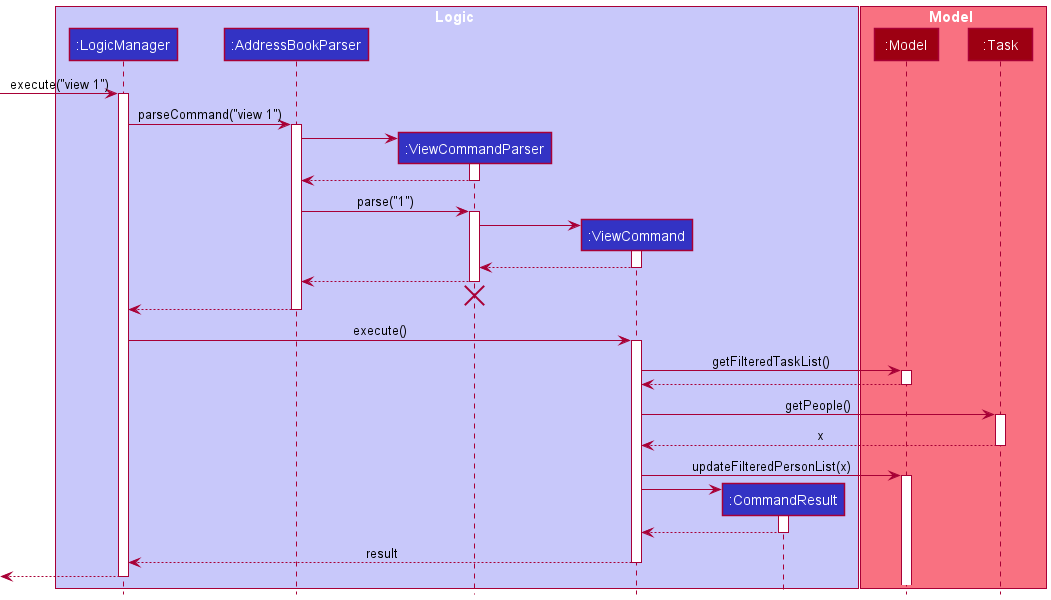
snss231/tp keeps this PlantUML diagram as docs/images/ViewSequenceDiagram.png. Above is the earlier version.
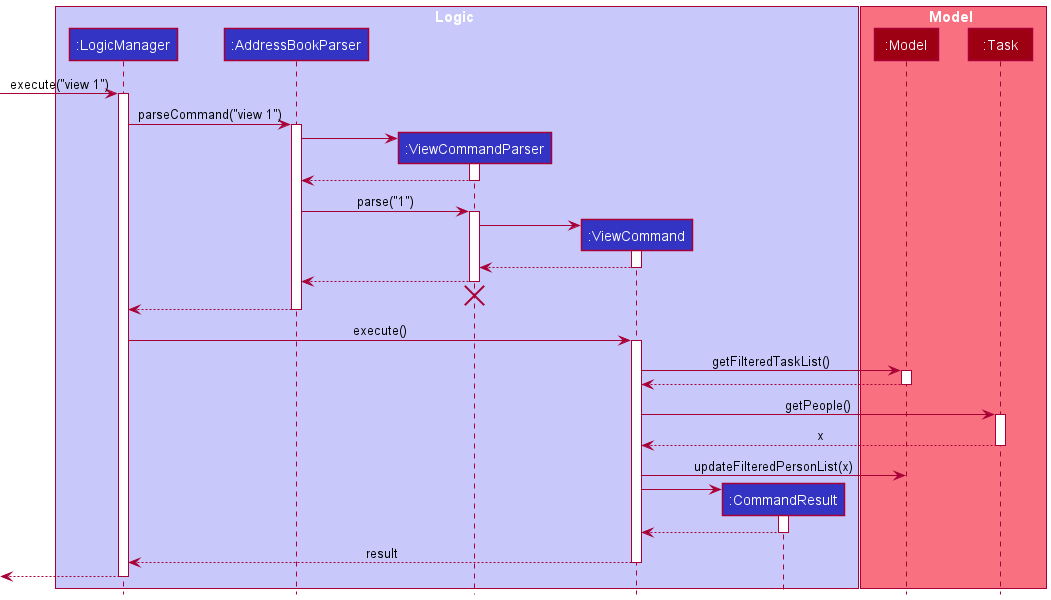
Above is the later version.

Commit message:
Fix issue with activation bar

Change to the diagram source:
```diff
@@ -62,7 +62,6 @@
 deactivate Task
 
 ViewCommand -> Model : updateFilteredPersonList(x)
-activate Model
 
 create CommandResult
 ViewCommand -> CommandResult
```
